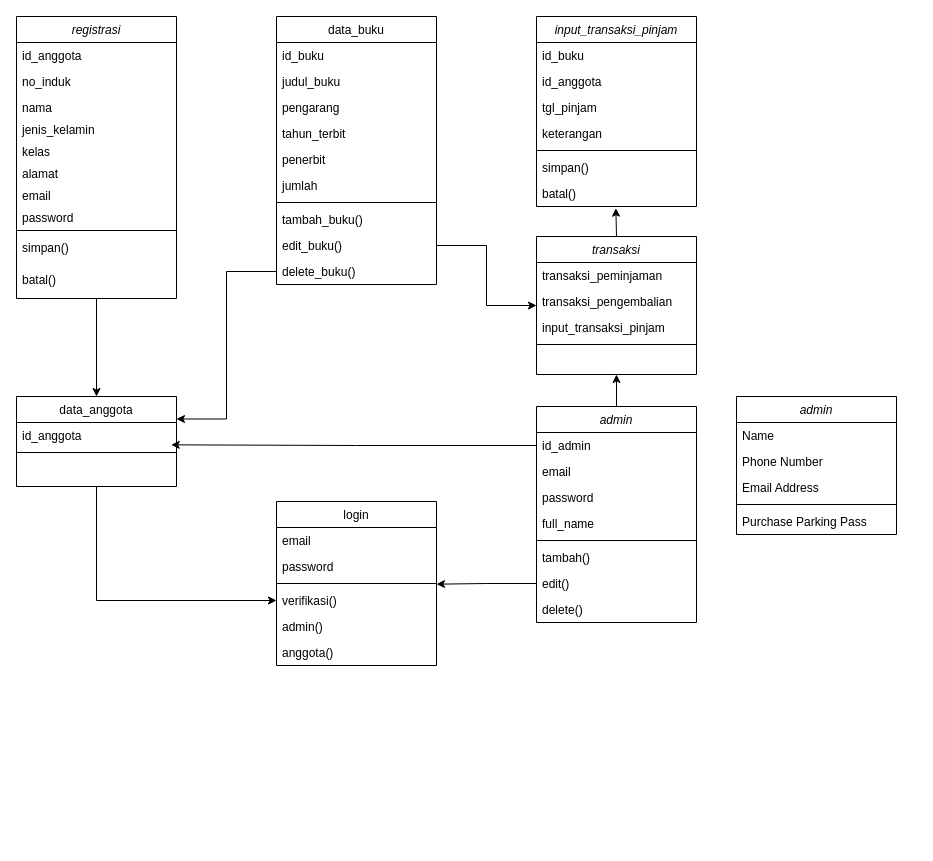
This is Untitled Diagram.drawio from Bangkithari18/draw, a draw.io file, before an edit. Source tidied: cells renumbered, new cells numbered last; positions are measured from the earlier drawing's top-left corner, leaving out a move shared by most shapes. Both pictures are drawn from the tidied source at 100%, with x=0, y=0 at pixel (16, 16).
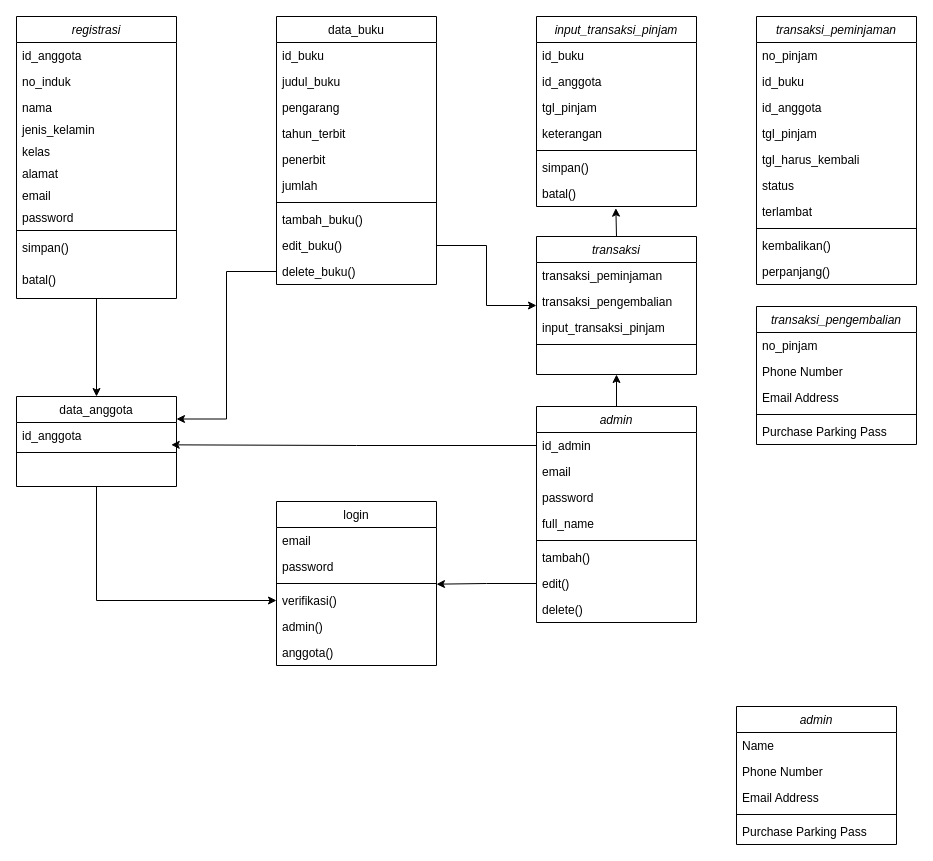
The same diagram, later.

The edit, as a diff of the source:
```diff
@@
-    <mxCell id="47" value="admin" style="swimlane;fontStyle=2;align=center;verticalAlign=top;horizontal=1;startSize=26;rounded=0;shadow=0;strokeWidth=1;" parent="1" vertex="1">
-      <mxGeometry x="720" y="380" width="160" height="138" as="geometry" />
+    <mxCell id="47" value="transaksi_peminjaman" style="swimlane;fontStyle=2;align=center;verticalAlign=top;horizontal=1;startSize=26;rounded=0;shadow=0;strokeWidth=1;" parent="1" vertex="1">
+      <mxGeometry x="740" width="160" height="268" as="geometry" />
     </mxCell>
-    <mxCell id="48" value="Name" style="text;align=left;verticalAlign=top;spacingLeft=4;spacingRight=4;overflow=hidden;" parent="47" vertex="1">
+    <mxCell id="48" value="no_pinjam" style="text;align=left;verticalAlign=top;spacingLeft=4;spacingRight=4;overflow=hidden;" parent="47" vertex="1">
       <mxGeometry y="26" width="160" height="26" as="geometry" />
     </mxCell>
-    <mxCell id="49" value="Phone Number" style="text;align=left;verticalAlign=top;spacingLeft=4;spacingRight=4;overflow=hidden;rounded=0;shadow=0;html=0;" parent="47" vertex="1">
+    <mxCell id="49" value="id_buku" style="text;align=left;verticalAlign=top;spacingLeft=4;spacingRight=4;overflow=hidden;rounded=0;shadow=0;html=0;" parent="47" vertex="1">
       <mxGeometry y="52" width="160" height="26" as="geometry" />
     </mxCell>
-    <mxCell id="50" value="Email Address" style="text;align=left;verticalAlign=top;spacingLeft=4;spacingRight=4;overflow=hidden;rounded=0;shadow=0;html=0;" parent="47" vertex="1">
+    <mxCell id="50" value="id_anggota" style="text;align=left;verticalAlign=top;spacingLeft=4;spacingRight=4;overflow=hidden;rounded=0;shadow=0;html=0;" parent="47" vertex="1">
       <mxGeometry y="78" width="160" height="26" as="geometry" />
     </mxCell>
+    <mxCell id="71" value="tgl_pinjam" style="text;align=left;verticalAlign=top;spacingLeft=4;spacingRight=4;overflow=hidden;rounded=0;shadow=0;html=0;" parent="47" vertex="1">
+      <mxGeometry y="104" width="160" height="26" as="geometry" />
+    </mxCell>
+    <mxCell id="72" value="tgl_harus_kembali" style="text;align=left;verticalAlign=top;spacingLeft=4;spacingRight=4;overflow=hidden;rounded=0;shadow=0;html=0;" parent="47" vertex="1">
+      <mxGeometry y="130" width="160" height="26" as="geometry" />
+    </mxCell>
+    <mxCell id="73" value="status" style="text;align=left;verticalAlign=top;spacingLeft=4;spacingRight=4;overflow=hidden;rounded=0;shadow=0;html=0;" parent="47" vertex="1">
+      <mxGeometry y="156" width="160" height="26" as="geometry" />
+    </mxCell>
+    <mxCell id="74" value="terlambat" style="text;align=left;verticalAlign=top;spacingLeft=4;spacingRight=4;overflow=hidden;rounded=0;shadow=0;html=0;" parent="47" vertex="1">
+      <mxGeometry y="182" width="160" height="26" as="geometry" />
+    </mxCell>
     <mxCell id="51" style="line;html=1;strokeWidth=1;align=left;verticalAlign=middle;spacingTop=-1;spacingLeft=3;spacingRight=3;labelPosition=right;" parent="47" vertex="1">
-      <mxGeometry y="104" width="160" height="8" as="geometry" />
+      <mxGeometry y="208" width="160" height="8" as="geometry" />
     </mxCell>
-    <mxCell id="52" value="Purchase Parking Pass" style="text;align=left;verticalAlign=top;spacingLeft=4;spacingRight=4;overflow=hidden;" parent="47" vertex="1">
-      <mxGeometry y="112" width="160" height="26" as="geometry" />
+    <mxCell id="52" value="kembalikan()" style="text;align=left;verticalAlign=top;spacingLeft=4;spacingRight=4;overflow=hidden;" parent="47" vertex="1">
+      <mxGeometry y="216" width="160" height="26" as="geometry" />
     </mxCell>
+    <mxCell id="75" value="perpanjang()" style="text;align=left;verticalAlign=top;spacingLeft=4;spacingRight=4;overflow=hidden;" parent="47" vertex="1">
+      <mxGeometry y="242" width="160" height="26" as="geometry" />
+    </mxCell>
@@
+    <mxCell id="76" value="admin" style="swimlane;fontStyle=2;align=center;verticalAlign=top;horizontal=1;startSize=26;rounded=0;shadow=0;strokeWidth=1;" parent="1" vertex="1">
+      <mxGeometry x="720" y="690" width="160" height="138" as="geometry" />
+    </mxCell>
+    <mxCell id="77" value="Name" style="text;align=left;verticalAlign=top;spacingLeft=4;spacingRight=4;overflow=hidden;" parent="76" vertex="1">
+      <mxGeometry y="26" width="160" height="26" as="geometry" />
+    </mxCell>
+    <mxCell id="78" value="Phone Number" style="text;align=left;verticalAlign=top;spacingLeft=4;spacingRight=4;overflow=hidden;rounded=0;shadow=0;html=0;" parent="76" vertex="1">
+      <mxGeometry y="52" width="160" height="26" as="geometry" />
+    </mxCell>
+    <mxCell id="79" value="Email Address" style="text;align=left;verticalAlign=top;spacingLeft=4;spacingRight=4;overflow=hidden;rounded=0;shadow=0;html=0;" parent="76" vertex="1">
+      <mxGeometry y="78" width="160" height="26" as="geometry" />
+    </mxCell>
+    <mxCell id="80" style="line;html=1;strokeWidth=1;align=left;verticalAlign=middle;spacingTop=-1;spacingLeft=3;spacingRight=3;labelPosition=right;" parent="76" vertex="1">
+      <mxGeometry y="104" width="160" height="8" as="geometry" />
+    </mxCell>
+    <mxCell id="81" value="Purchase Parking Pass" style="text;align=left;verticalAlign=top;spacingLeft=4;spacingRight=4;overflow=hidden;" parent="76" vertex="1">
+      <mxGeometry y="112" width="160" height="26" as="geometry" />
+    </mxCell>
+    <mxCell id="82" value="transaksi_pengembalian" style="swimlane;fontStyle=2;align=center;verticalAlign=top;horizontal=1;startSize=26;rounded=0;shadow=0;strokeWidth=1;" parent="1" vertex="1">
+      <mxGeometry x="740" y="290" width="160" height="138" as="geometry" />
+    </mxCell>
+    <mxCell id="83" value="no_pinjam" style="text;align=left;verticalAlign=top;spacingLeft=4;spacingRight=4;overflow=hidden;" parent="82" vertex="1">
+      <mxGeometry y="26" width="160" height="26" as="geometry" />
+    </mxCell>
+    <mxCell id="84" value="Phone Number" style="text;align=left;verticalAlign=top;spacingLeft=4;spacingRight=4;overflow=hidden;rounded=0;shadow=0;html=0;" parent="82" vertex="1">
+      <mxGeometry y="52" width="160" height="26" as="geometry" />
+    </mxCell>
+    <mxCell id="85" value="Email Address" style="text;align=left;verticalAlign=top;spacingLeft=4;spacingRight=4;overflow=hidden;rounded=0;shadow=0;html=0;" parent="82" vertex="1">
+      <mxGeometry y="78" width="160" height="26" as="geometry" />
+    </mxCell>
+    <mxCell id="86" style="line;html=1;strokeWidth=1;align=left;verticalAlign=middle;spacingTop=-1;spacingLeft=3;spacingRight=3;labelPosition=right;" parent="82" vertex="1">
+      <mxGeometry y="104" width="160" height="8" as="geometry" />
+    </mxCell>
+    <mxCell id="87" value="Purchase Parking Pass" style="text;align=left;verticalAlign=top;spacingLeft=4;spacingRight=4;overflow=hidden;" parent="82" vertex="1">
+      <mxGeometry y="112" width="160" height="26" as="geometry" />
+    </mxCell>
```
